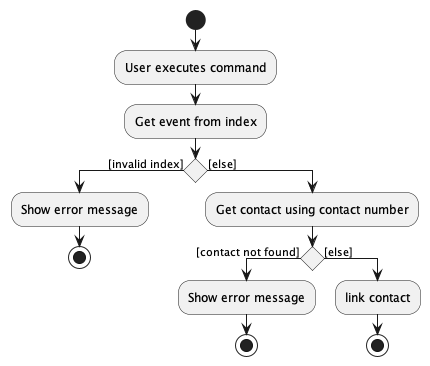
Earlier version of the PlantUML export docs/images/LinkContactActivityDiagram.png (nus-cs2103-AY2223S2/tp).
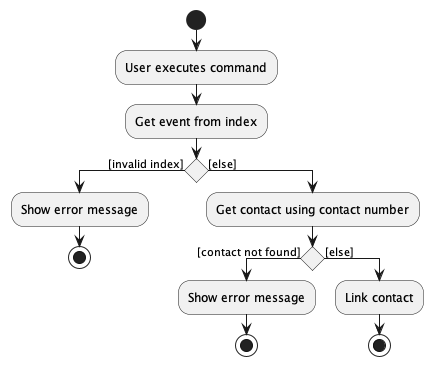
The same file after the commit.

Commit message:
Add capital to Link contact in UML diagram

What changed in the source:
```diff
@@ -11,6 +11,6 @@
 :Show error message;
 stop
 else([else])
-:link contact;
+:Link contact;
 stop
 @enduml
```
